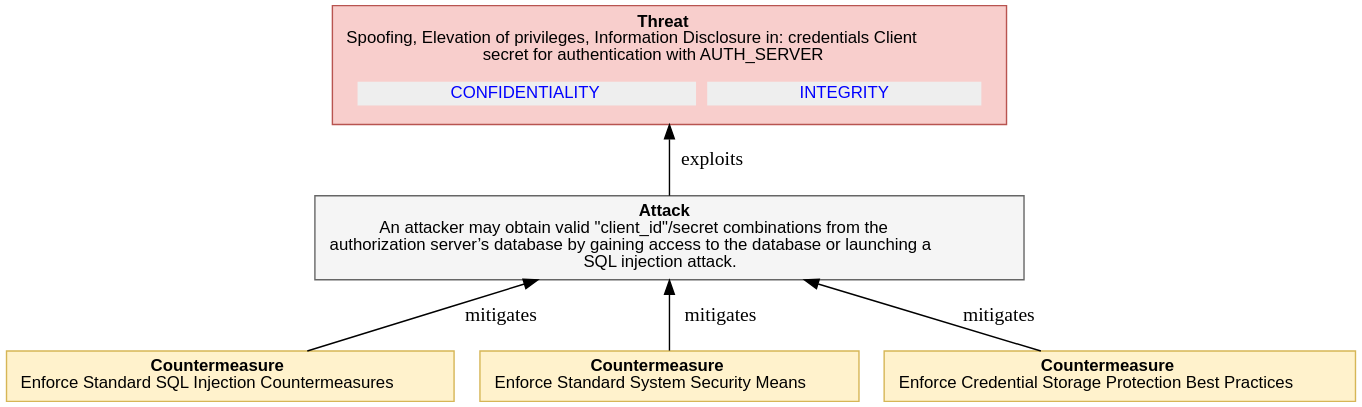
Above: report-examples/OAuth2/img/threatTree/4_3_4_CLIENT_CREDENTIALS_DISCLOSURE.svg in DavidCervigni/threat-models (PlantUML), before the change. Its source is kept beside it as report-examples/OAuth2/img/threatTree/4_3_4_CLIENT_CREDENTIALS_DISCLOSURE.puml.
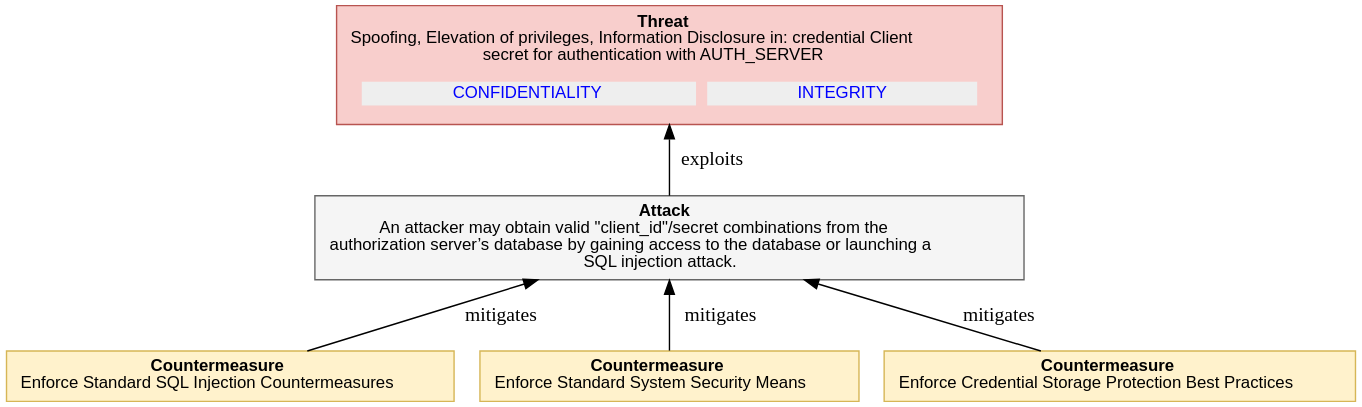
After the change.

Diff of the diagram source:
```diff
@@ -7,7 +7,7 @@
     <<table border="0" cellborder="0" cellspacing="0">
      <tr><td align="center"><b>Threat</b><br/>
 
-Spoofing, Elevation of privileges, Information Disclosure in: credentials Client<br/>secret for authentication with AUTH_SERVER
+Spoofing, Elevation of privileges, Information Disclosure in: credential Client<br/>secret for authentication with AUTH_SERVER
 </td></tr>
      <tr><td><table border="0" cellborder="0" cellspacing="8"><tr>
                 ret += secObj.linkedImpactMDText()
```
